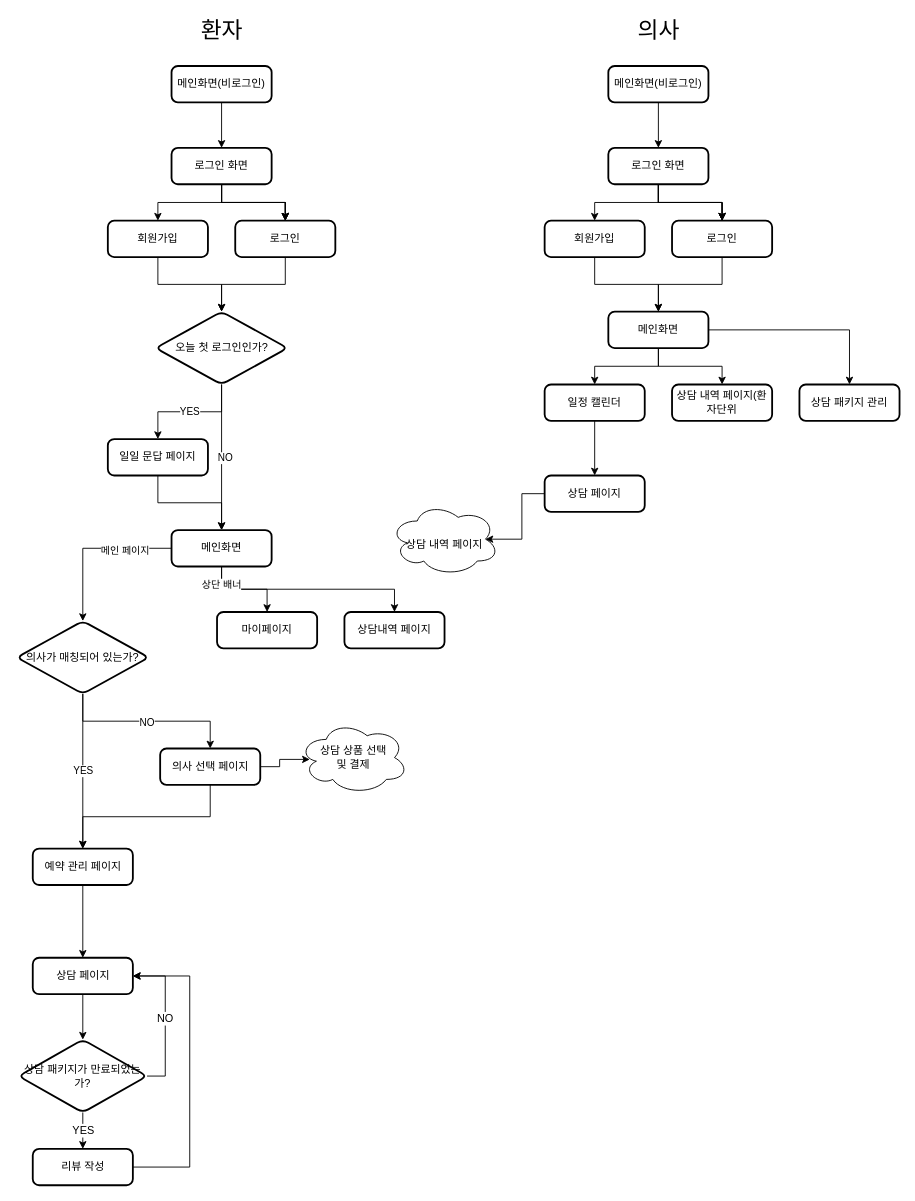
This is page "파랑지우개" (1 of 2) of Untitled Diagram.drawio from 2021-Paas-ta-CDRS/BlueEraser_be, a draw.io file, before an edit. Source tidied: cells renumbered, new cells numbered last; positions are measured from the earlier drawing's top-left corner, leaving out a move shared by most shapes. Both pictures are drawn from the tidied source at 91%, with x=0, y=0 at pixel (16, 20).
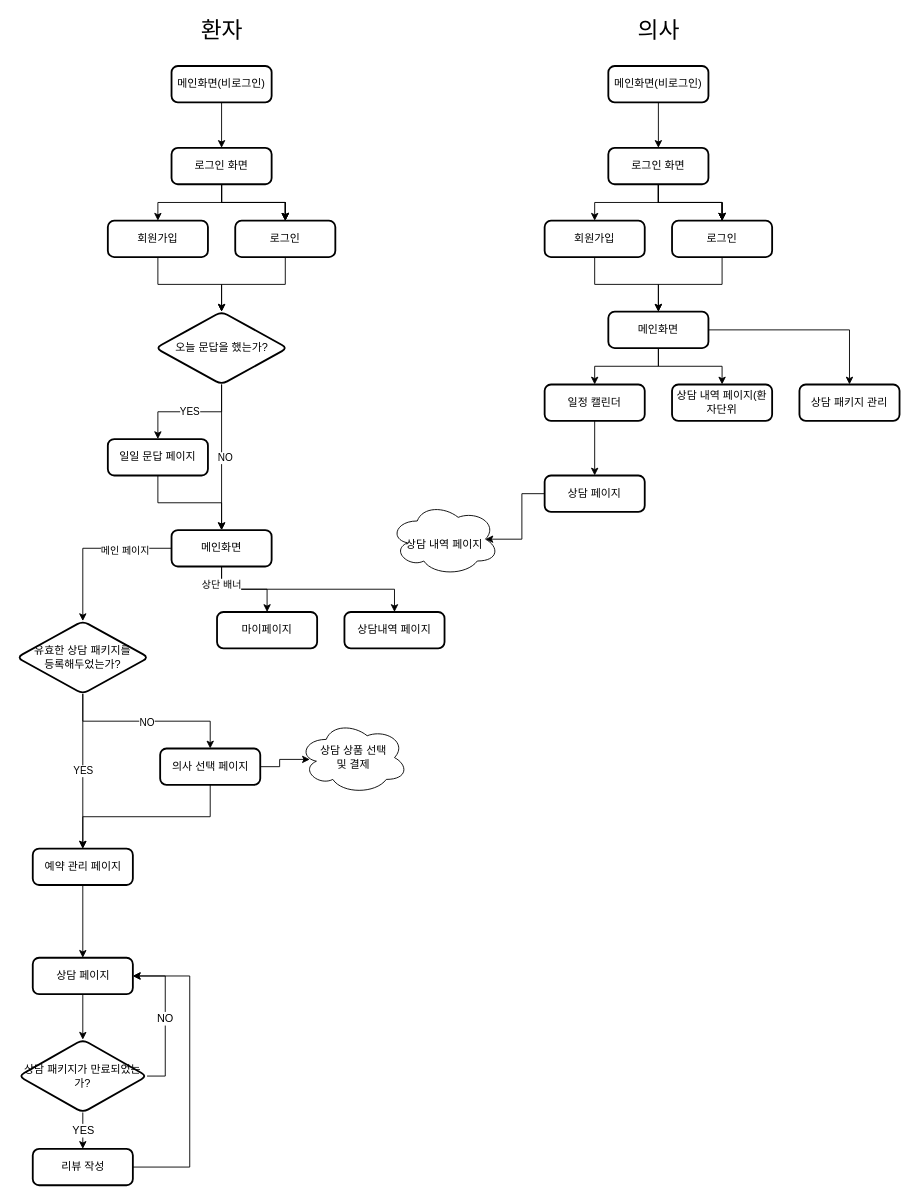
The same page after the edit.

Commit message:
FIX: ERD에 따른 분기 일부 수정

Diff of the diagram source:
```diff
@@
-    <mxCell id="17" value="오늘 첫 로그인인가?" style="rhombus;whiteSpace=wrap;html=1;rounded=1;strokeWidth=2;arcSize=14;" parent="1" vertex="1">
+    <mxCell id="17" value="오늘 문답을 했는가?" style="rhombus;whiteSpace=wrap;html=1;rounded=1;strokeWidth=2;arcSize=14;" parent="1" vertex="1">
       <mxGeometry x="152.5" y="320" width="145" height="80" as="geometry" />
     </mxCell>
@@
-    <mxCell id="28" value="의사가 매칭되어 있는가?" style="rhombus;whiteSpace=wrap;html=1;rounded=1;strokeWidth=2;arcSize=14;" parent="1" vertex="1">
+    <mxCell id="28" value="유효한 상담 패키지를 &lt;br&gt;등록해두었는가?" style="rhombus;whiteSpace=wrap;html=1;rounded=1;strokeWidth=2;arcSize=14;" parent="1" vertex="1">
       <mxGeometry y="660" width="145" height="80" as="geometry" />
     </mxCell>
```
